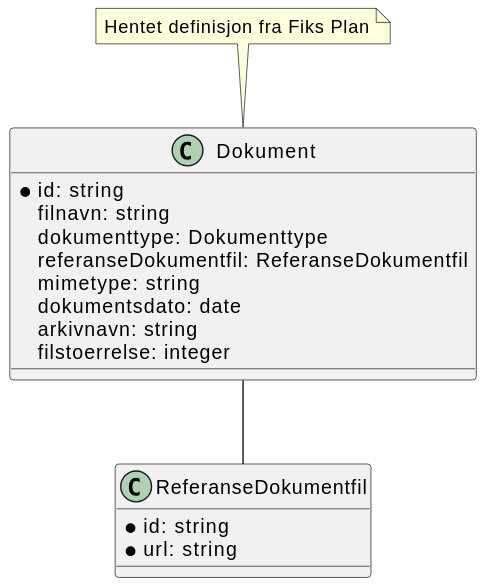
The PlantUML diagram Dokumentasjon/V1/ClassDiagrams/no.ks.fiks.saksfaser.v1.felles.dokument/classdiagram.svg in ks-no/fiks-saksfaser-specification, before a commit.
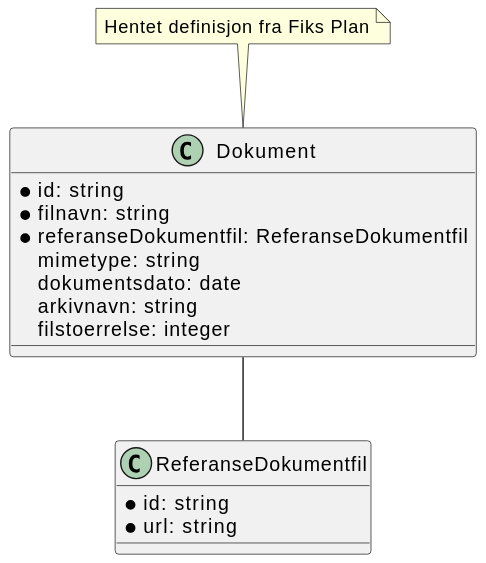
After the commit.

Change to the diagram source:
```diff
@@ -3,9 +3,8 @@
 
 class Dokument {
     *id: string
-    filnavn: string
-    dokumenttype: Dokumenttype
-    referanseDokumentfil: ReferanseDokumentfil
+    *filnavn: string
+    *referanseDokumentfil: ReferanseDokumentfil
     mimetype: string
     dokumentsdato: date
     arkivnavn: string
```
